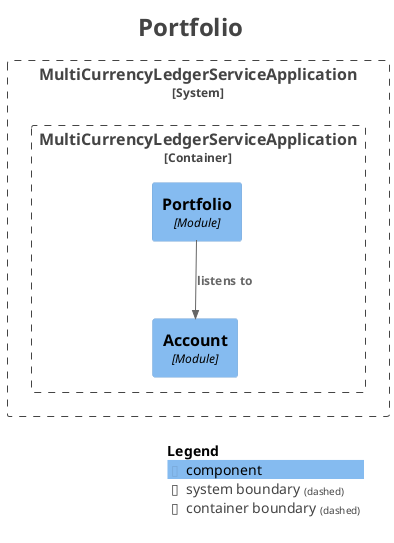
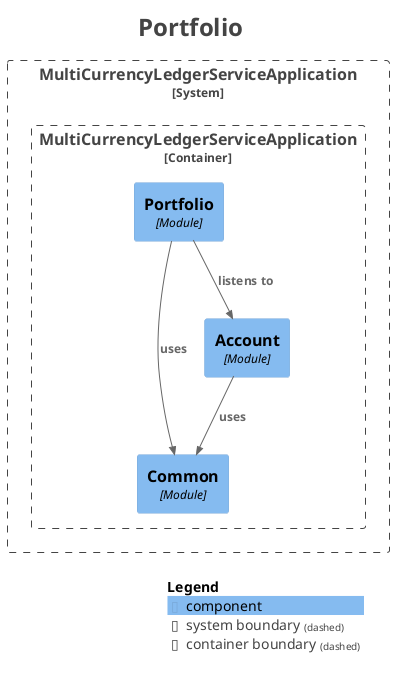
@startuml
title <size:24>Portfolio</size>

set separator none
top to bottom direction

<style>
  root {
    BackgroundColor: #ffffff
    FontColor: #444444
  }
</style>

!include <C4/C4>
!include <C4/C4_Context>
!include <C4/C4_Component>

System_Boundary("MultiCurrencyLedgerServiceApplication_boundary", "MultiCurrencyLedgerServiceApplication", $tags="") {
  Container_Boundary("MultiCurrencyLedgerServiceApplication.MultiCurrencyLedgerServiceApplication_boundary", "MultiCurrencyLedgerServiceApplication", $tags="") {
+     Component(MultiCurrencyLedgerServiceApplication.MultiCurrencyLedgerServiceApplication.Common, "Common", $techn="Module", $descr="", $tags="", $link="")
    Component(MultiCurrencyLedgerServiceApplication.MultiCurrencyLedgerServiceApplication.Account, "Account", $techn="Module", $descr="", $tags="", $link="")
    Component(MultiCurrencyLedgerServiceApplication.MultiCurrencyLedgerServiceApplication.Portfolio, "Portfolio", $techn="Module", $descr="", $tags="", $link="")
  }

}

Rel(MultiCurrencyLedgerServiceApplication.MultiCurrencyLedgerServiceApplication.Portfolio, MultiCurrencyLedgerServiceApplication.MultiCurrencyLedgerServiceApplication.Account, "listens to", $techn="", $tags="", $link="")
+ Rel(MultiCurrencyLedgerServiceApplication.MultiCurrencyLedgerServiceApplication.Portfolio, MultiCurrencyLedgerServiceApplication.MultiCurrencyLedgerServiceApplication.Common, "uses", $techn="", $tags="", $link="")
+ Rel(MultiCurrencyLedgerServiceApplication.MultiCurrencyLedgerServiceApplication.Account, MultiCurrencyLedgerServiceApplication.MultiCurrencyLedgerServiceApplication.Common, "uses", $techn="", $tags="", $link="")

SHOW_LEGEND(true)
hide stereotypes
@enduml